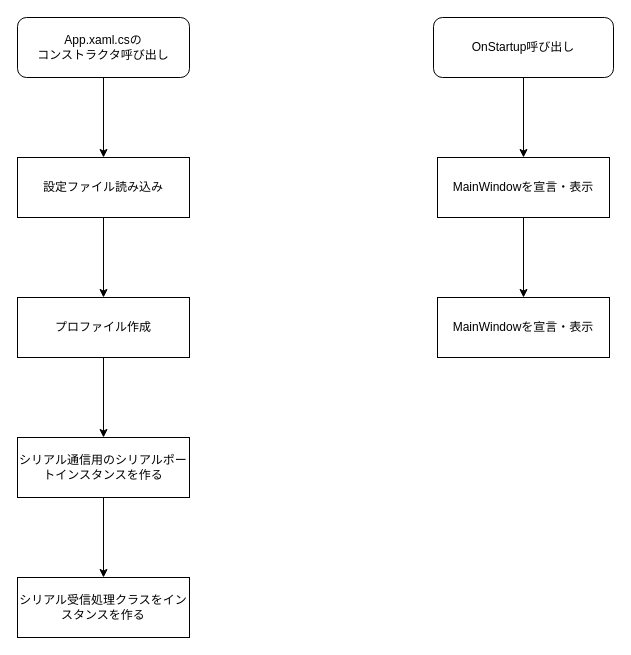
Earlier version of the draw.io diagram 仕様とか/起動時のフロー.drawio (SARD-Hybrid-Rocket-Project/Terminal-NEXT). Source tidied: cells renumbered, new cells numbered last; positions are measured from the earlier drawing's top-left corner, leaving out a move shared by most shapes. Both pictures are drawn from the tidied source at 100%, with x=0, y=0 at pixel (17, 17).
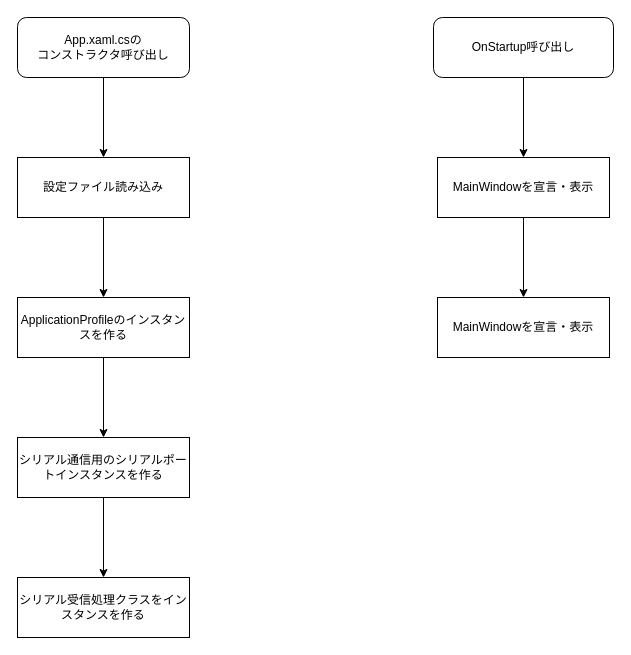
The same page after the edit.

Change to the diagram source:
```diff
@@
 <mxGraphModel>
   <root>
     <mxCell id="0" />
     <mxCell id="1" parent="0" />
     <mxCell id="2" style="edgeStyle=none;html=1;" parent="1" edge="1" source="3" target="5">
       <mxGeometry relative="1" as="geometry" />
     </mxCell>
     <mxCell id="3" value="App.xaml.csの&lt;br&gt;コンストラクタ呼び出し" style="rounded=1;whiteSpace=wrap;html=1;" parent="1" vertex="1">
       <mxGeometry width="172" height="60" as="geometry" />
     </mxCell>
     <mxCell id="4" style="edgeStyle=none;html=1;" parent="1" edge="1" source="5" target="7">
       <mxGeometry relative="1" as="geometry" />
     </mxCell>
     <mxCell id="5" value="設定ファイル読み込み" style="rounded=0;whiteSpace=wrap;html=1;glass=0;" parent="1" vertex="1">
       <mxGeometry y="140" width="172" height="60" as="geometry" />
     </mxCell>
     <mxCell id="6" style="edgeStyle=none;html=1;" parent="1" edge="1" source="7" target="9">
       <mxGeometry relative="1" as="geometry" />
     </mxCell>
-    <mxCell id="7" value="プロファイル作成" style="rounded=0;whiteSpace=wrap;html=1;glass=0;shadow=0;" parent="1" vertex="1">
+    <mxCell id="7" value="ApplicationProfileのインスタンスを作る" style="rounded=0;whiteSpace=wrap;html=1;glass=0;shadow=0;" parent="1" vertex="1">
       <mxGeometry y="280" width="172" height="60" as="geometry" />
     </mxCell>
     <mxCell id="8" style="edgeStyle=none;html=1;" parent="1" edge="1" source="9" target="15">
       <mxGeometry relative="1" as="geometry" />
     </mxCell>
     <mxCell id="9" value="シリアル通信用のシリアルポートインスタンスを作る" style="rounded=0;whiteSpace=wrap;html=1;glass=0;shadow=0;" parent="1" vertex="1">
       <mxGeometry y="420" width="172" height="60" as="geometry" />
     </mxCell>
     <mxCell id="10" style="edgeStyle=none;html=1;" parent="1" edge="1" source="11" target="14">
       <mxGeometry relative="1" as="geometry" />
     </mxCell>
     <mxCell id="11" value="MainWindowを宣言・表示" style="rounded=0;whiteSpace=wrap;html=1;glass=0;shadow=0;" parent="1" vertex="1">
       <mxGeometry x="420" y="140" width="172" height="60" as="geometry" />
     </mxCell>
     <mxCell id="12" style="edgeStyle=none;html=1;" parent="1" edge="1" source="13" target="11">
       <mxGeometry relative="1" as="geometry" />
     </mxCell>
     <mxCell id="13" value="OnStartup呼び出し" style="rounded=1;whiteSpace=wrap;html=1;shadow=0;glass=0;sketch=0;" parent="1" vertex="1">
       <mxGeometry x="416" width="180" height="60" as="geometry" />
     </mxCell>
     <mxCell id="14" value="MainWindowを宣言・表示" style="rounded=0;whiteSpace=wrap;html=1;glass=0;shadow=0;" parent="1" vertex="1">
       <mxGeometry x="420" y="280" width="172" height="60" as="geometry" />
     </mxCell>
     <mxCell id="15" value="シリアル受信処理クラスをインスタンスを作る" style="rounded=0;whiteSpace=wrap;html=1;glass=0;shadow=0;" parent="1" vertex="1">
       <mxGeometry y="560" width="172" height="60" as="geometry" />
     </mxCell>
   </root>
 </mxGraphModel>
```
